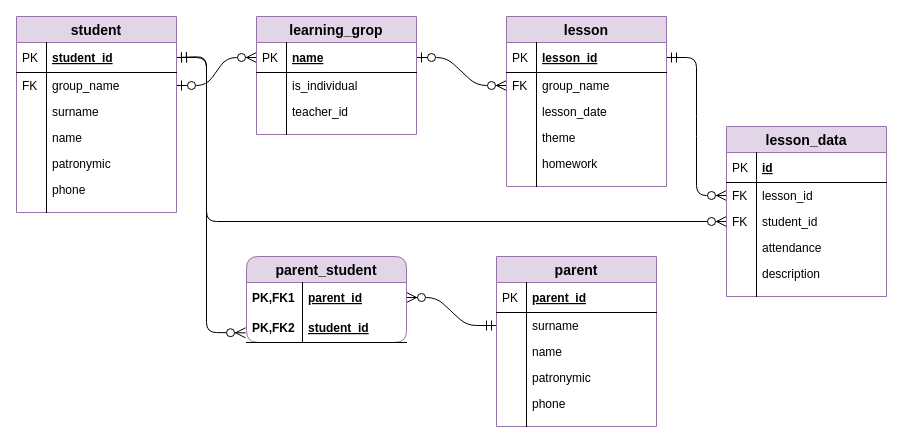
This is english_school_entities.drawio from delinrus/LanguageStudio, a draw.io file, before an edit. Source tidied: cells renumbered, new cells numbered last; positions are measured from the earlier drawing's top-left corner, leaving out a move shared by most shapes. Both pictures are drawn from the tidied source at 100%, with x=0, y=0 at pixel (16, 16).
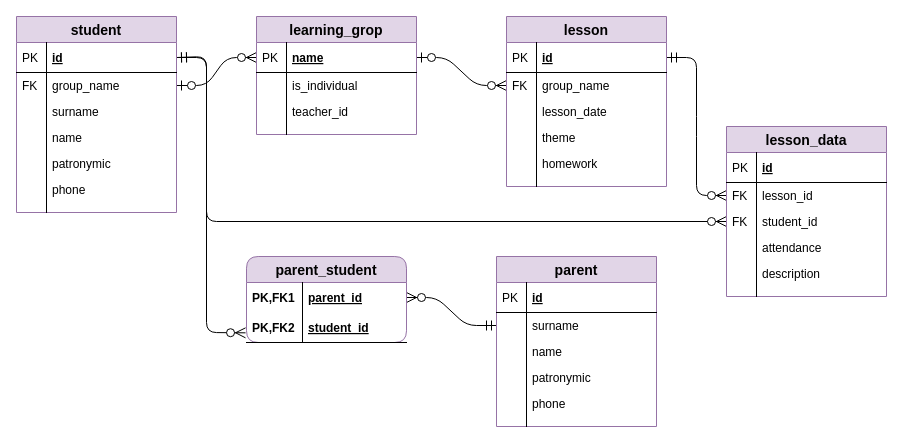
After the change.

Commit message (it also covers changes not shown here):
Renamed id primary keys in all entities

Unchanged cells that the change refers to:
```xml
<mxCell id="8" value="student" style="swimlane;fontStyle=1;horizontal=1;startSize=26;align=center;fontSize=14;fillColor=#e1d5e7;strokeColor=#9673a6;" parent="1" vertex="1">
  <mxGeometry width="160" height="196" as="geometry" />
</mxCell>
<mxCell id="32" value="lesson" style="swimlane;fontStyle=1;horizontal=1;startSize=26;align=center;fontSize=14;fillColor=#e1d5e7;strokeColor=#9673a6;" parent="1" vertex="1">
  <mxGeometry x="490" width="160" height="170" as="geometry" />
</mxCell>
<mxCell id="63" value="parent" style="swimlane;fontStyle=1;horizontal=1;startSize=26;align=center;fontSize=14;fillColor=#e1d5e7;strokeColor=#9673a6;" parent="1" vertex="1">
  <mxGeometry x="480" y="240" width="160" height="170" as="geometry" />
</mxCell>
```

Diff of the diagram source:
```diff
@@
-    <mxCell id="9" value="student_id" style="shape=partialRectangle;top=0;left=0;right=0;bottom=1;align=left;verticalAlign=middle;fillColor=none;spacingLeft=34;spacingRight=4;overflow=hidden;points=[[0,0.5],[1,0.5]];portConstraint=eastwest;fontStyle=5;fontSize=12;" parent="8" vertex="1">
+    <mxCell id="9" value="id" style="shape=partialRectangle;top=0;left=0;right=0;bottom=1;align=left;verticalAlign=middle;fillColor=none;spacingLeft=34;spacingRight=4;overflow=hidden;points=[[0,0.5],[1,0.5]];portConstraint=eastwest;fontStyle=5;fontSize=12;" parent="8" vertex="1">
       <mxGeometry y="26" width="160" height="30" as="geometry" />
     </mxCell>
@@
-    <mxCell id="33" value="lesson_id" style="shape=partialRectangle;top=0;left=0;right=0;bottom=1;align=left;verticalAlign=middle;fillColor=none;spacingLeft=34;spacingRight=4;overflow=hidden;points=[[0,0.5],[1,0.5]];portConstraint=eastwest;fontStyle=5;fontSize=12;" parent="32" vertex="1">
+    <mxCell id="33" value="id" style="shape=partialRectangle;top=0;left=0;right=0;bottom=1;align=left;verticalAlign=middle;fillColor=none;spacingLeft=34;spacingRight=4;overflow=hidden;points=[[0,0.5],[1,0.5]];portConstraint=eastwest;fontStyle=5;fontSize=12;" parent="32" vertex="1">
       <mxGeometry y="26" width="160" height="30" as="geometry" />
     </mxCell>
@@
-    <mxCell id="64" value="parent_id" style="shape=partialRectangle;top=0;left=0;right=0;bottom=1;align=left;verticalAlign=middle;fillColor=none;spacingLeft=34;spacingRight=4;overflow=hidden;fontStyle=5;fontSize=12;" parent="63" vertex="1">
+    <mxCell id="64" value="id" style="shape=partialRectangle;top=0;left=0;right=0;bottom=1;align=left;verticalAlign=middle;fillColor=none;spacingLeft=34;spacingRight=4;overflow=hidden;fontStyle=5;fontSize=12;" parent="63" vertex="1">
       <mxGeometry y="26" width="160" height="30" as="geometry" />
     </mxCell>
```
